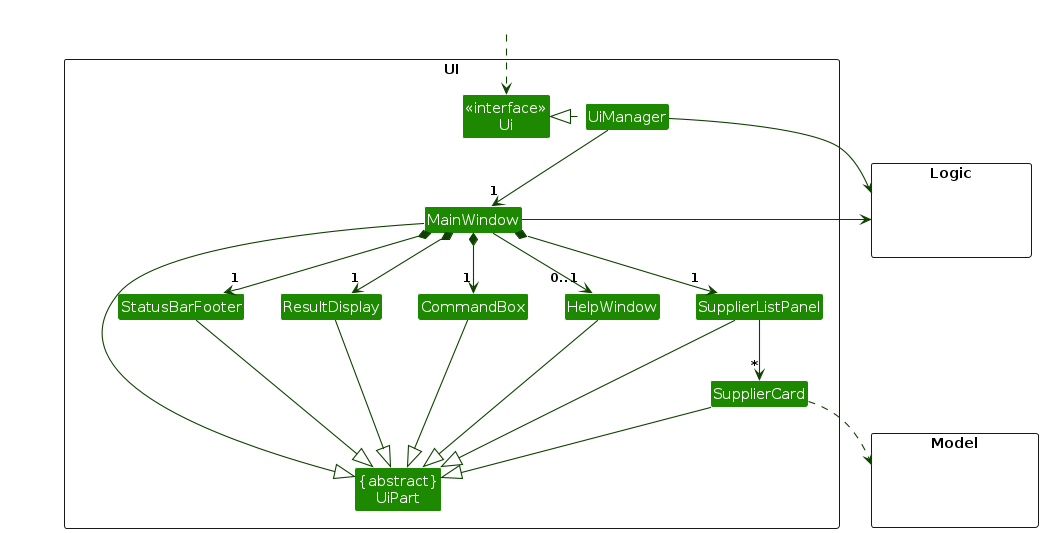
Before: diagrams/UiClassDiagram.png, a diagram exported from PlantUML (prave1n/VendorVault). Its source is kept beside it as diagrams/UiClassDiagram.puml.
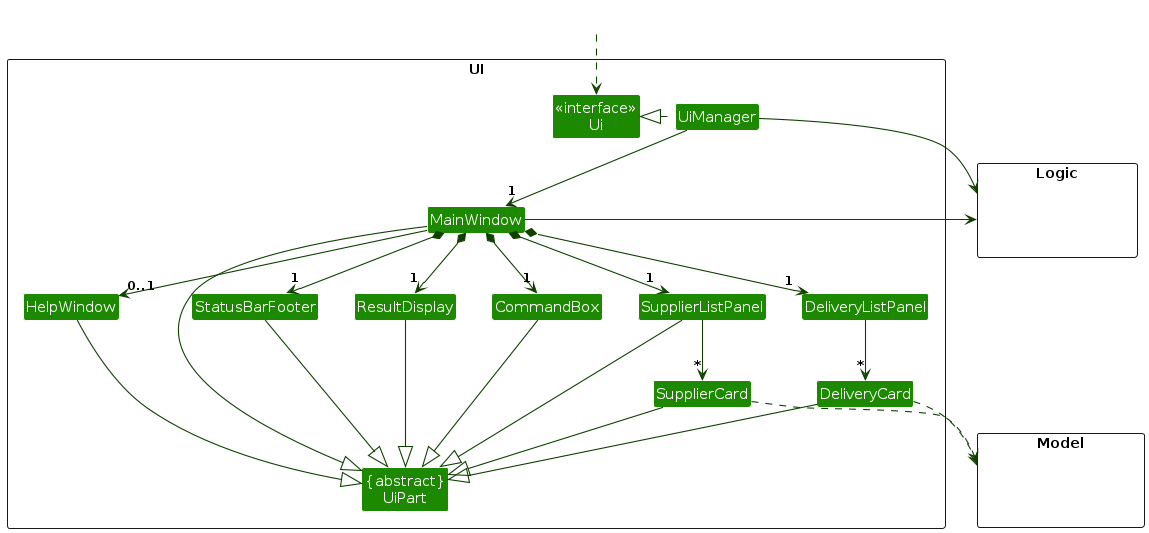
After the change.

What changed in the source:
```diff
@@ -13,6 +13,8 @@
 Class ResultDisplay
 Class SupplierListPanel
 Class SupplierCard
+Class DeliveryListPanel
+Class DeliveryCard
 Class StatusBarFooter
 Class CommandBox
 }
@@ -33,10 +35,12 @@
 MainWindow *-down->  "1" CommandBox
 MainWindow *-down-> "1" ResultDisplay
 MainWindow *-down-> "1" SupplierListPanel
+MainWindow *-down-> "1" DeliveryListPanel
 MainWindow *-down-> "1" StatusBarFooter
 MainWindow --> "0..1" HelpWindow
 
 SupplierListPanel -down-> "*" SupplierCard
+DeliveryListPanel -down-> "*" DeliveryCard
 
 MainWindow -left-|> UiPart
 
@@ -44,10 +48,12 @@
 CommandBox --|> UiPart
 SupplierListPanel --|> UiPart
 SupplierCard --|> UiPart
+DeliveryCard --|> UiPart
 StatusBarFooter --|> UiPart
 HelpWindow --|> UiPart
 
 SupplierCard ..> Model
+DeliveryCard ..> Model
 UiManager -right-> Logic
 MainWindow -left-> Logic
 
```
